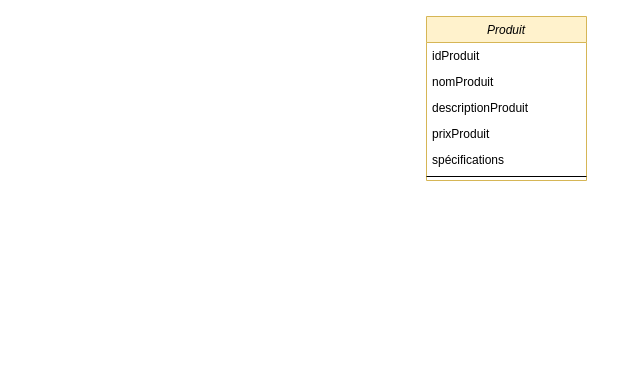
LiiLk/nvidia-symfony keeps this draw.io diagram as nvidiaddb.drawio. Above is the earlier version. Source tidied: cells renumbered, new cells numbered last; positions are measured from the earlier drawing's top-left corner, leaving out a move shared by most shapes. Both pictures are drawn from the tidied source at 100%, with x=0, y=0 at pixel (426, 16).
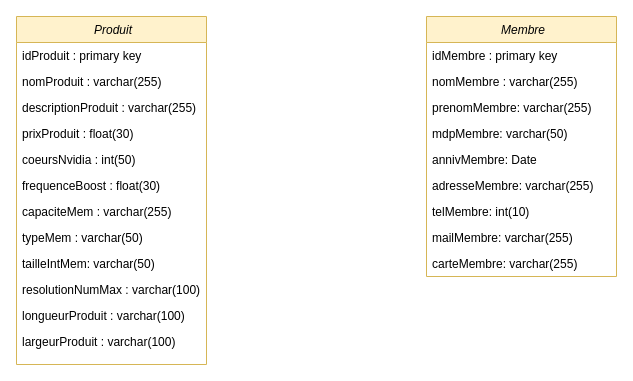
After the change.

Diff of the diagram source:
```diff
@@
-    <mxCell id="2" value="Produit" style="swimlane;fontStyle=2;align=center;verticalAlign=top;horizontal=1;startSize=26;rounded=0;shadow=0;strokeWidth=1;fillColor=#fff2cc;strokeColor=#d6b656;" parent="1" vertex="1">
-      <mxGeometry width="160" height="164" as="geometry" />
+    <mxCell id="2" value="Membre" style="swimlane;fontStyle=2;align=center;verticalAlign=top;horizontal=1;startSize=26;rounded=0;shadow=0;strokeWidth=1;fillColor=#fff2cc;strokeColor=#d6b656;swimlaneLine=1;spacingLeft=4;" parent="1" vertex="1">
+      <mxGeometry width="190" height="260" as="geometry" />
     </mxCell>
-    <mxCell id="3" value="idProduit &#10;" style="text;align=left;verticalAlign=top;spacingLeft=4;spacingRight=4;overflow=hidden;rounded=0;shadow=0;html=0;" parent="2" vertex="1">
-      <mxGeometry y="26" width="160" height="26" as="geometry" />
+    <mxCell id="3" value="idMembre : primary key&#10;" style="text;align=left;verticalAlign=top;spacingLeft=4;spacingRight=4;overflow=hidden;rounded=0;shadow=0;html=0;imageAspect=1;" parent="2" vertex="1">
+      <mxGeometry y="26" width="190" height="26" as="geometry" />
     </mxCell>
-    <mxCell id="4" value="nomProduit" style="text;align=left;verticalAlign=top;spacingLeft=4;spacingRight=4;overflow=hidden;rounded=0;shadow=0;html=0;" parent="2" vertex="1">
-      <mxGeometry y="52" width="160" height="26" as="geometry" />
+    <mxCell id="4" value="nomMembre : varchar(255)&#10;" style="text;align=left;verticalAlign=top;spacingLeft=4;spacingRight=4;overflow=hidden;rounded=0;shadow=0;html=0;" parent="2" vertex="1">
+      <mxGeometry y="52" width="190" height="26" as="geometry" />
     </mxCell>
-    <mxCell id="5" value="descriptionProduit" style="text;align=left;verticalAlign=top;spacingLeft=4;spacingRight=4;overflow=hidden;" parent="2" vertex="1">
-      <mxGeometry y="78" width="160" height="26" as="geometry" />
+    <mxCell id="5" value="prenomMembre: varchar(255)" style="text;align=left;verticalAlign=top;spacingLeft=4;spacingRight=4;overflow=hidden;" parent="2" vertex="1">
+      <mxGeometry y="78" width="190" height="26" as="geometry" />
     </mxCell>
-    <mxCell id="6" value="prixProduit" style="text;align=left;verticalAlign=top;spacingLeft=4;spacingRight=4;overflow=hidden;" parent="2" vertex="1">
-      <mxGeometry y="104" width="160" height="26" as="geometry" />
-    </mxCell>
-    <mxCell id="7" value="spécifications&#10;" style="text;align=left;verticalAlign=top;spacingLeft=4;spacingRight=4;overflow=hidden;" parent="2" vertex="1">
-      <mxGeometry y="130" width="160" height="26" as="geometry" />
-    </mxCell>
-    <mxCell id="8" style="line;html=1;strokeWidth=1;align=left;verticalAlign=middle;spacingTop=-1;spacingLeft=3;spacingRight=3;labelPosition=right;" parent="2" vertex="1">
-      <mxGeometry y="156" width="160" height="8" as="geometry" />
-    </mxCell>
+    <mxCell id="9" value="mdpMembre: varchar(50)&#10;" style="text;align=left;verticalAlign=top;spacingLeft=4;spacingRight=4;overflow=hidden;" parent="2" vertex="1">
+      <mxGeometry y="104" width="190" height="26" as="geometry" />
+    </mxCell>
+    <mxCell id="10" value="annivMembre: Date&#10;" style="text;align=left;verticalAlign=top;spacingLeft=4;spacingRight=4;overflow=hidden;" parent="2" vertex="1">
+      <mxGeometry y="130" width="190" height="26" as="geometry" />
+    </mxCell>
+    <mxCell id="11" value="adresseMembre: varchar(255)&#10;" style="text;align=left;verticalAlign=top;spacingLeft=4;spacingRight=4;overflow=hidden;" parent="2" vertex="1">
+      <mxGeometry y="156" width="190" height="26" as="geometry" />
+    </mxCell>
+    <mxCell id="12" value="telMembre: int(10)&#10;" style="text;align=left;verticalAlign=top;spacingLeft=4;spacingRight=4;overflow=hidden;" parent="2" vertex="1">
+      <mxGeometry y="182" width="190" height="26" as="geometry" />
+    </mxCell>
+    <mxCell id="13" value="mailMembre: varchar(255)&#10;" style="text;align=left;verticalAlign=top;spacingLeft=4;spacingRight=4;overflow=hidden;" parent="2" vertex="1">
+      <mxGeometry y="208" width="190" height="26" as="geometry" />
+    </mxCell>
+    <mxCell id="14" value="carteMembre: varchar(255)&#10;" style="text;align=left;verticalAlign=top;spacingLeft=4;spacingRight=4;overflow=hidden;" parent="2" vertex="1">
+      <mxGeometry y="234" width="190" height="26" as="geometry" />
+    </mxCell>
+    <mxCell id="15" value="Produit" style="swimlane;fontStyle=2;align=center;verticalAlign=top;horizontal=1;startSize=26;rounded=0;shadow=0;strokeWidth=1;fillColor=#fff2cc;strokeColor=#d6b656;swimlaneLine=1;spacingLeft=4;" parent="1" vertex="1">
+      <mxGeometry x="-410" width="190" height="348" as="geometry" />
+    </mxCell>
+    <mxCell id="16" value="idProduit : primary key&#10;" style="text;align=left;verticalAlign=top;spacingLeft=4;spacingRight=4;overflow=hidden;rounded=0;shadow=0;html=0;imageAspect=1;" parent="15" vertex="1">
+      <mxGeometry y="26" width="190" height="26" as="geometry" />
+    </mxCell>
+    <mxCell id="17" value="nomProduit : varchar(255)&#10;" style="text;align=left;verticalAlign=top;spacingLeft=4;spacingRight=4;overflow=hidden;rounded=0;shadow=0;html=0;" parent="15" vertex="1">
+      <mxGeometry y="52" width="190" height="26" as="geometry" />
+    </mxCell>
+    <mxCell id="18" value="descriptionProduit : varchar(255)" style="text;align=left;verticalAlign=top;spacingLeft=4;spacingRight=4;overflow=hidden;" parent="15" vertex="1">
+      <mxGeometry y="78" width="190" height="26" as="geometry" />
+    </mxCell>
+    <mxCell id="19" value="prixProduit : float(30)&#10;" style="text;align=left;verticalAlign=top;spacingLeft=4;spacingRight=4;overflow=hidden;" parent="15" vertex="1">
+      <mxGeometry y="104" width="190" height="26" as="geometry" />
+    </mxCell>
+    <mxCell id="20" value="coeursNvidia : int(50)&#10;" style="text;align=left;verticalAlign=top;spacingLeft=4;spacingRight=4;overflow=hidden;" parent="15" vertex="1">
+      <mxGeometry y="130" width="190" height="26" as="geometry" />
+    </mxCell>
+    <mxCell id="21" value="frequenceBoost : float(30)&#10;" style="text;align=left;verticalAlign=top;spacingLeft=4;spacingRight=4;overflow=hidden;" parent="15" vertex="1">
+      <mxGeometry y="156" width="190" height="26" as="geometry" />
+    </mxCell>
+    <mxCell id="22" value="capaciteMem : varchar(255)&#10;" style="text;align=left;verticalAlign=top;spacingLeft=4;spacingRight=4;overflow=hidden;" parent="15" vertex="1">
+      <mxGeometry y="182" width="190" height="26" as="geometry" />
+    </mxCell>
+    <mxCell id="23" value="typeMem : varchar(50)&#10;" style="text;align=left;verticalAlign=top;spacingLeft=4;spacingRight=4;overflow=hidden;" parent="15" vertex="1">
+      <mxGeometry y="208" width="190" height="26" as="geometry" />
+    </mxCell>
+    <mxCell id="24" value="tailleIntMem: varchar(50)&#10;" style="text;align=left;verticalAlign=top;spacingLeft=4;spacingRight=4;overflow=hidden;" parent="15" vertex="1">
+      <mxGeometry y="234" width="190" height="26" as="geometry" />
+    </mxCell>
+    <mxCell id="25" value="resolutionNumMax : varchar(100)&#10;" style="text;align=left;verticalAlign=top;spacingLeft=4;spacingRight=4;overflow=hidden;" parent="15" vertex="1">
+      <mxGeometry y="260" width="190" height="26" as="geometry" />
+    </mxCell>
+    <mxCell id="26" value="longueurProduit : varchar(100)&#10;" style="text;align=left;verticalAlign=top;spacingLeft=4;spacingRight=4;overflow=hidden;" parent="15" vertex="1">
+      <mxGeometry y="286" width="190" height="26" as="geometry" />
+    </mxCell>
+    <mxCell id="27" value="largeurProduit : varchar(100)&#10;" style="text;align=left;verticalAlign=top;spacingLeft=4;spacingRight=4;overflow=hidden;" parent="15" vertex="1">
+      <mxGeometry y="312" width="190" height="26" as="geometry" />
+    </mxCell>
```
